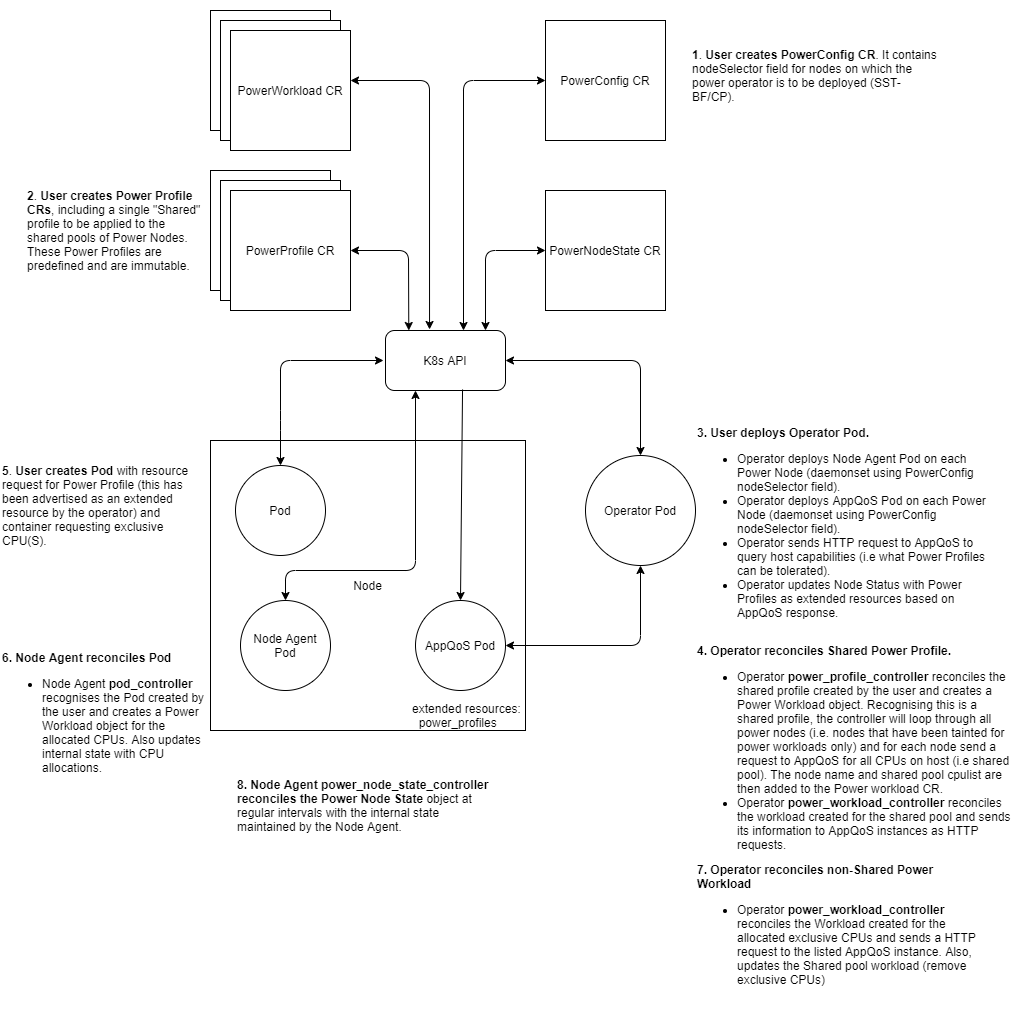
nolancon/diagrams keeps this draw.io diagram as Power-Operator-Flow-AppQos.png. Above is the earlier version. Source tidied: cells renumbered, new cells last; positions are measured from the earlier drawing's top-left corner, leaving out a move shared by most shapes.
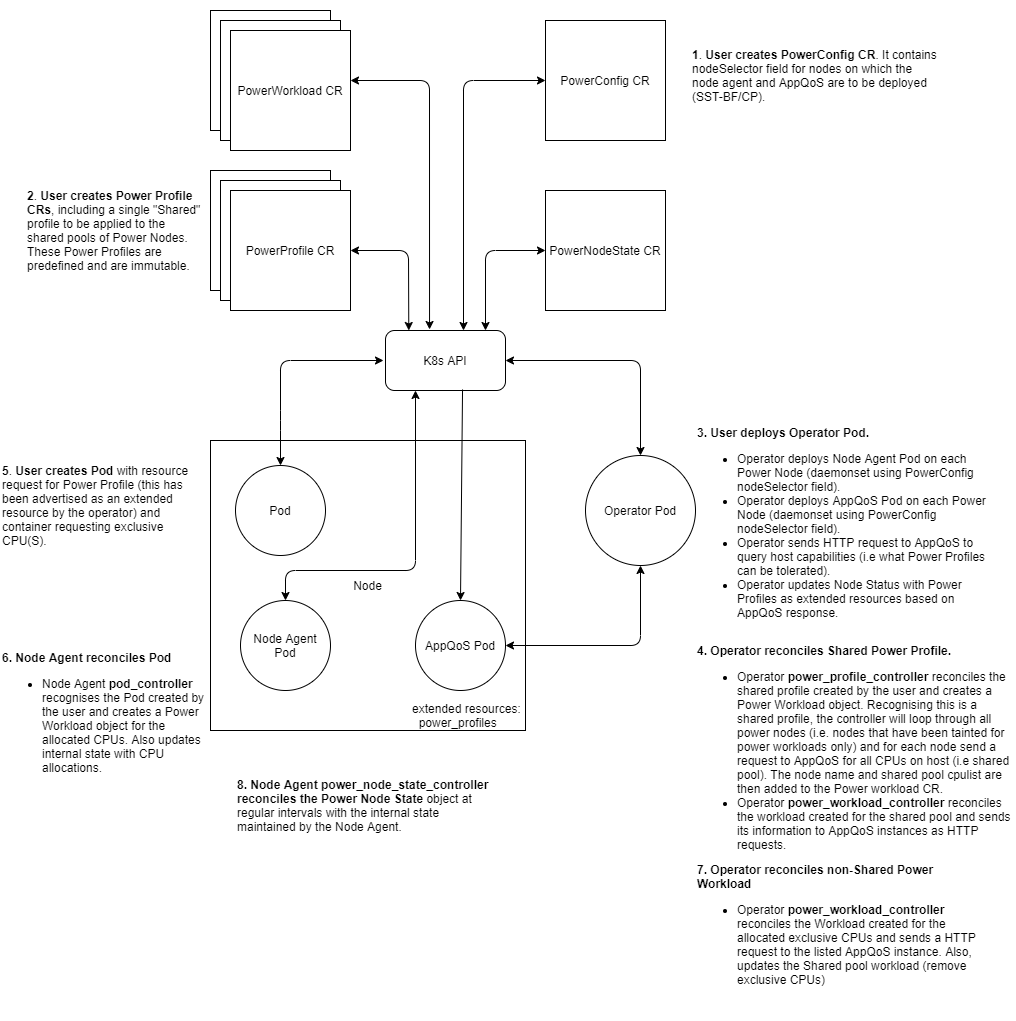
Above is the later version.

The edit, as a diff of the source:
```diff
@@ -111,7 +111,7 @@
         </Array>
       </mxGeometry>
     </mxCell>
-    <mxCell id="29" value="&lt;b&gt;1&lt;/b&gt;. &lt;b&gt;User creates PowerConfig CR&lt;/b&gt;. It contains nodeSelector field for nodes on which the power operator is to be deployed (SST-BF/CP)." style="text;html=1;strokeColor=none;fillColor=none;align=left;verticalAlign=middle;whiteSpace=wrap;rounded=0;" parent="1" vertex="1">
+    <mxCell id="29" value="&lt;b&gt;1&lt;/b&gt;. &lt;b&gt;User creates PowerConfig CR&lt;/b&gt;. It contains nodeSelector field for nodes on which the node agent and AppQoS are to be deployed (SST-BF/CP)." style="text;html=1;strokeColor=none;fillColor=none;align=left;verticalAlign=middle;whiteSpace=wrap;rounded=0;" parent="1" vertex="1">
       <mxGeometry x="690" width="250" height="150" as="geometry" />
     </mxCell>
     <mxCell id="30" value="Node Agent Pod" style="ellipse;whiteSpace=wrap;html=1;" parent="1" vertex="1">
```
